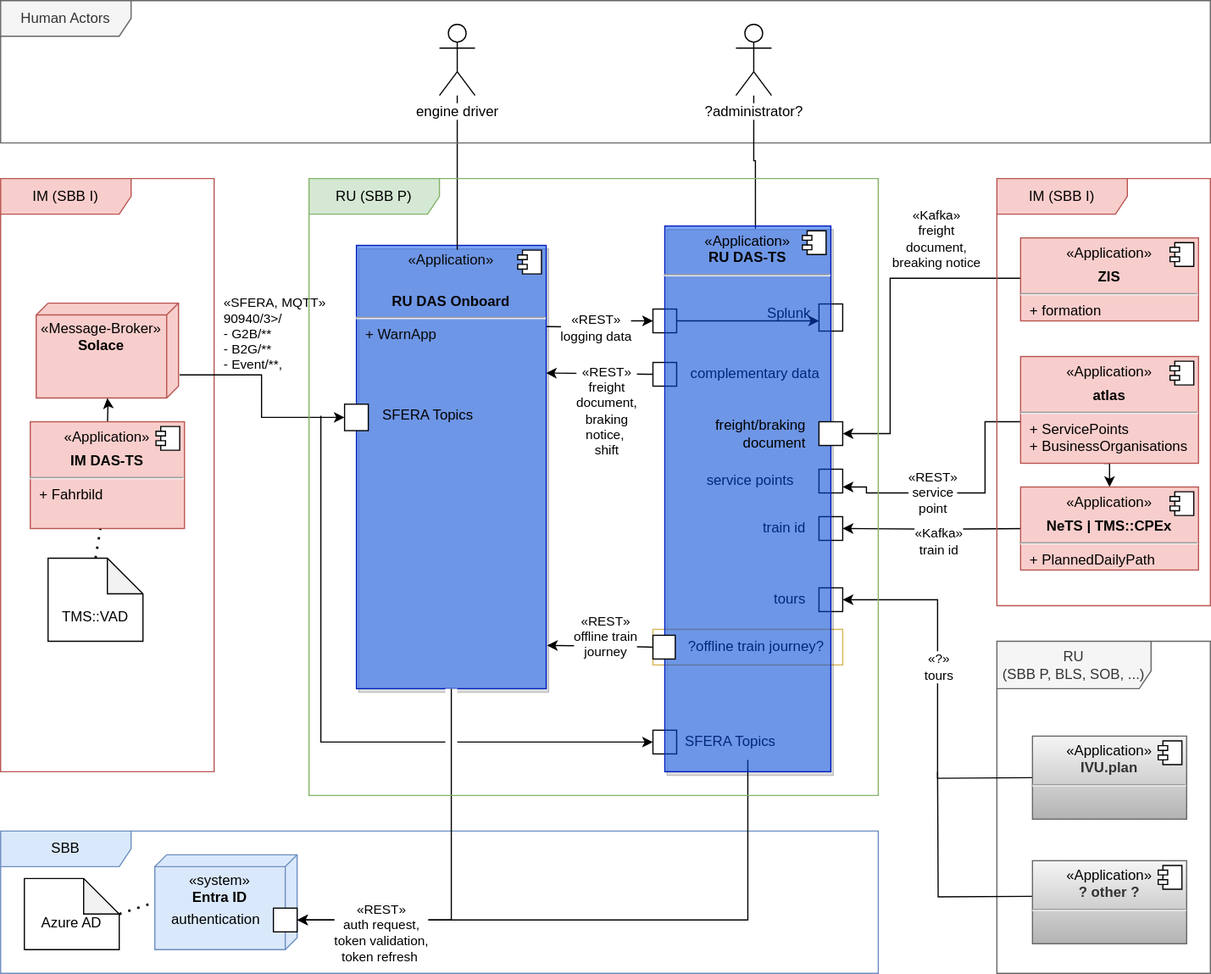
SchweizerischeBundesbahnen/DAS keeps this draw.io diagram as docs/content/architecture/05_building_block_view/das-buildingBlocks_whiteboxOverview.drawio.svg. Above is the earlier version. Source tidied: cells renumbered, new cells last; positions are measured from the earlier drawing's top-left corner, leaving out a move shared by most shapes.
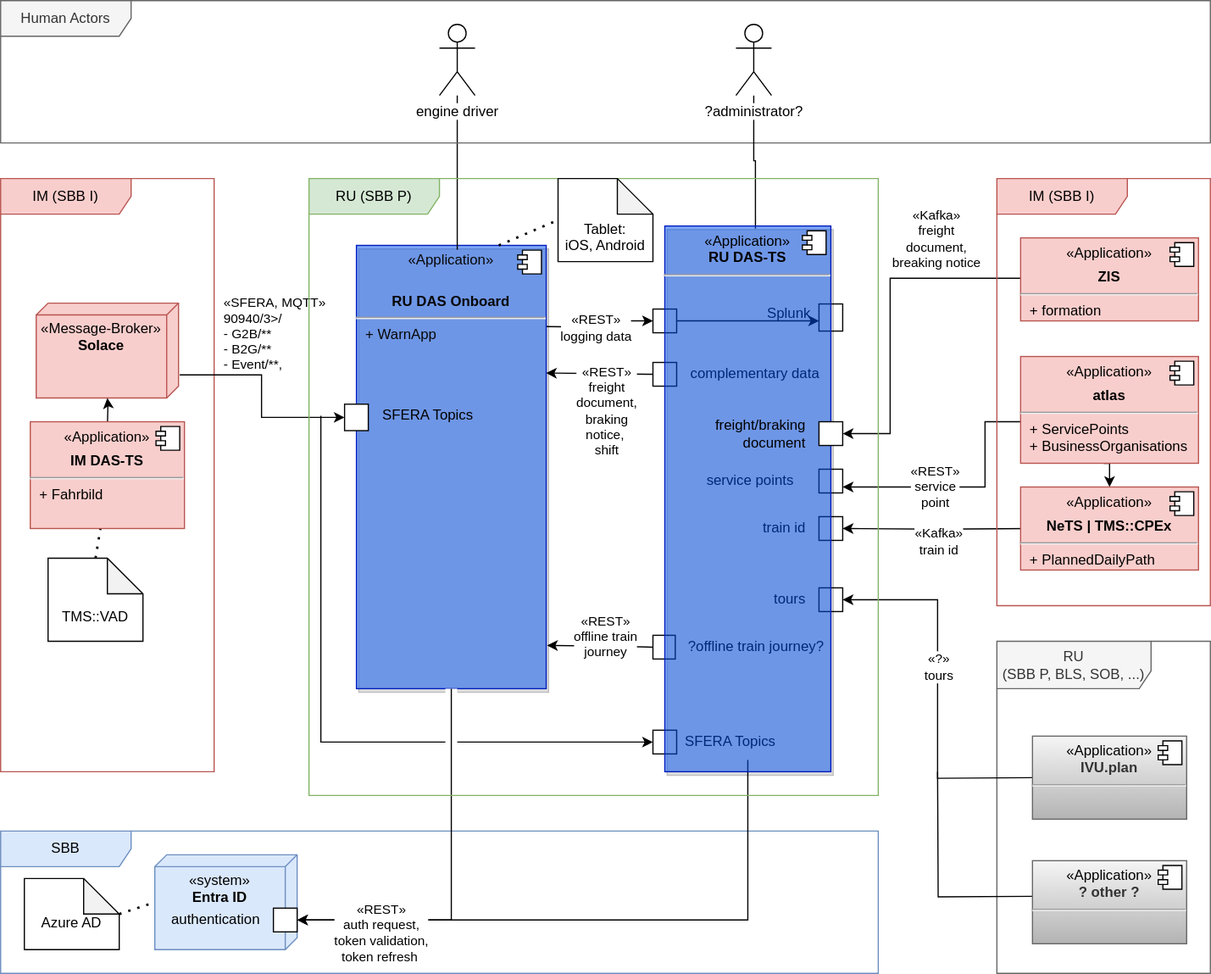
The same diagram one commit later.

The edit, as a diff of the source:
```diff
@@ -147,7 +147,7 @@
     <mxCell id="40" style="rounded=0;whiteSpace=wrap;html=1;fillColor=default;" parent="38" vertex="1">
       <mxGeometry y="5" width="20" height="20" as="geometry" />
     </mxCell>
-    <mxCell id="41" style="group;fillColor=none;strokeColor=#d6b656;" parent="1" vertex="1">
+    <mxCell id="41" style="group;fillColor=none;strokeColor=none;" parent="1" vertex="1">
       <mxGeometry x="550" y="530" width="160" height="30" as="geometry" />
     </mxCell>
     <mxCell id="42" style="edgeStyle=orthogonalEdgeStyle;rounded=0;jettySize=auto;html=1;exitX=0.3;exitY=1;exitDx=0;exitDy=0;exitPerimeter=0;entryX=1;entryY=0.5;entryDx=0;entryDy=0;" parent="1" edge="1" target="88">
@@ -180,9 +180,7 @@
         <mxPoint x="710" y="410" as="targetPoint" />
         <Array as="points">
           <mxPoint x="830" y="355" />
-          <mxPoint x="830" y="415" />
-          <mxPoint x="730" y="415" />
-          <mxPoint x="730" y="410" />
+          <mxPoint x="830" y="410" />
         </Array>
       </mxGeometry>
     </mxCell>
@@ -330,6 +328,9 @@
     <mxCell id="83" value="?offline train journey?" style="text;html=1;align=left;verticalAlign=middle;strokeColor=none;fillColor=none;" parent="1" vertex="1">
       <mxGeometry x="578.2" y="530" width="140" height="30" as="geometry" />
     </mxCell>
+    <mxCell id="89" style="rounded=0;whiteSpace=wrap;html=1;" parent="1" vertex="1">
+      <mxGeometry x="550" y="535" width="18.8" height="20" as="geometry" />
+    </mxCell>
     <mxCell id="84" style="group;" parent="1" vertex="1">
       <mxGeometry x="620" y="350" width="90" height="300" as="geometry" />
     </mxCell>
@@ -347,8 +348,11 @@
     <mxCell id="88" style="rounded=0;whiteSpace=wrap;html=1;shadow=0;glass=0;" parent="84" vertex="1">
       <mxGeometry x="70" y="5" width="20" height="20" as="geometry" />
     </mxCell>
-    <mxCell id="89" style="rounded=0;whiteSpace=wrap;html=1;" parent="1" vertex="1">
-      <mxGeometry x="550" y="535" width="18.8" height="20" as="geometry" />
-    </mxCell>
+    <mxCell id="90" value="&lt;br&gt;&lt;br&gt;Tablet: &lt;br&gt;iOS, Android" style="shape=note;whiteSpace=wrap;html=1;backgroundOutline=1;darkOpacity=0.05;" parent="1" vertex="1">
+      <mxGeometry x="470" y="150" width="80" height="70" as="geometry" />
+    </mxCell>
+    <mxCell id="91" style="endArrow=none;dashed=1;html=1;dashPattern=1 3;strokeWidth=2;rounded=0;entryX=0;entryY=0.5;entryDx=0;entryDy=0;entryPerimeter=0;exitX=0.75;exitY=0;exitDx=0;exitDy=0;" parent="1" edge="1" source="10" target="90">
+      <mxGeometry relative="1" as="geometry" />
+    </mxCell>
   </root>
 </mxGraphModel>
```
